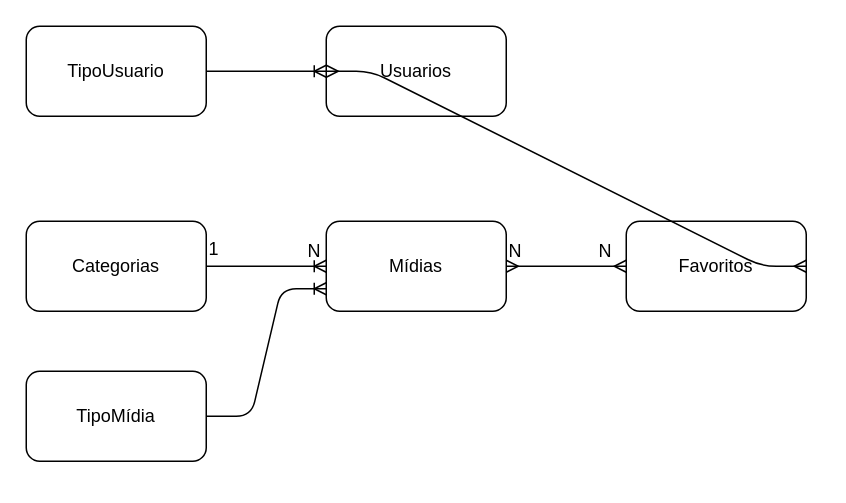
This is page "Conceitual" (2 of 2) of OpFlix/OpFlix.drawio from amrals/SQLServer, a draw.io file, before an edit. Source tidied: cells renumbered, new cells numbered last; positions are measured from the earlier drawing's top-left corner, leaving out a move shared by most shapes. Both pictures are drawn from the tidied source at 150%, with x=0, y=0 at pixel (26, 26).
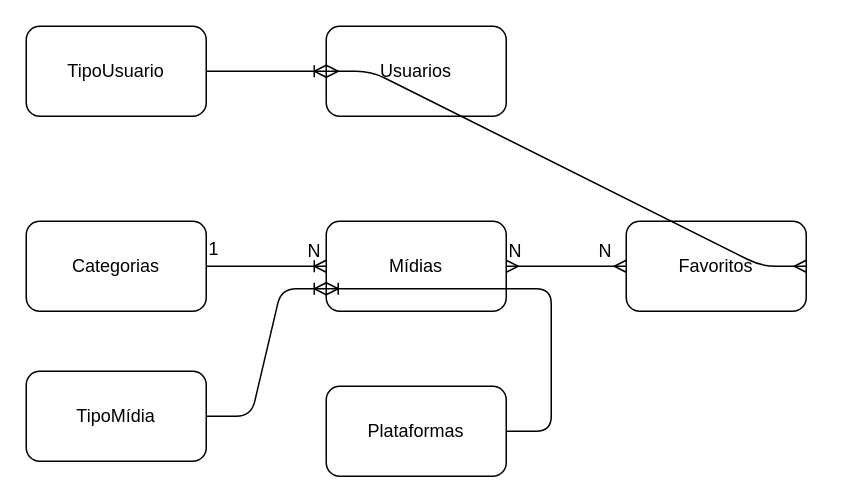
After the change.

Diff of the diagram source:
```diff
@@
 <mxGraphModel>
   <root>
     <mxCell id="0" />
     <mxCell id="1" parent="0" />
     <mxCell id="2" value="Usuarios" style="rounded=1;whiteSpace=wrap;html=1;" parent="1" vertex="1">
       <mxGeometry x="200" width="120" height="60" as="geometry" />
     </mxCell>
     <mxCell id="3" value="Mídias" style="rounded=1;whiteSpace=wrap;html=1;" parent="1" vertex="1">
       <mxGeometry x="200" y="130" width="120" height="60" as="geometry" />
     </mxCell>
     <mxCell id="4" value="Favoritos" style="rounded=1;whiteSpace=wrap;html=1;" parent="1" vertex="1">
       <mxGeometry x="400" y="130" width="120" height="60" as="geometry" />
     </mxCell>
     <mxCell id="5" value="Categorias" style="rounded=1;whiteSpace=wrap;html=1;" parent="1" vertex="1">
       <mxGeometry y="130" width="120" height="60" as="geometry" />
     </mxCell>
     <mxCell id="6" value="TipoUsuario" style="rounded=1;whiteSpace=wrap;html=1;" parent="1" vertex="1">
       <mxGeometry width="120" height="60" as="geometry" />
     </mxCell>
     <mxCell id="7" value="TipoMídia" style="rounded=1;whiteSpace=wrap;html=1;" parent="1" vertex="1">
       <mxGeometry y="230" width="120" height="60" as="geometry" />
     </mxCell>
     <mxCell id="8" style="edgeStyle=entityRelationEdgeStyle;fontSize=12;html=1;endArrow=ERoneToMany;entryX=0;entryY=0.5;entryDx=0;entryDy=0;exitX=1;exitY=0.5;exitDx=0;exitDy=0;" parent="1" edge="1" source="5" target="3">
       <mxGeometry relative="1" as="geometry" />
     </mxCell>
     <mxCell id="9" value="N" style="text;html=1;align=left;verticalAlign=top;spacingTop=-4;" parent="1" vertex="1">
       <mxGeometry x="186" y="140" width="20" height="20" as="geometry" />
     </mxCell>
     <mxCell id="10" value="1" style="text;html=1;align=left;verticalAlign=top;spacingTop=-4;" parent="1" vertex="1">
       <mxGeometry x="120" y="139" width="20" height="20" as="geometry" />
     </mxCell>
     <mxCell id="11" style="edgeStyle=entityRelationEdgeStyle;fontSize=12;html=1;endArrow=ERmany;startArrow=ERmany;entryX=0;entryY=0.5;entryDx=0;entryDy=0;exitX=1;exitY=0.5;exitDx=0;exitDy=0;" parent="1" edge="1" source="3" target="4">
       <mxGeometry relative="1" as="geometry" />
     </mxCell>
     <mxCell id="12" value="N" style="text;html=1;align=left;verticalAlign=top;spacingTop=-4;" parent="1" vertex="1">
       <mxGeometry x="380" y="140" width="20" height="20" as="geometry" />
     </mxCell>
     <mxCell id="13" value="N" style="text;html=1;align=left;verticalAlign=top;spacingTop=-4;" parent="1" vertex="1">
       <mxGeometry x="320" y="140" width="20" height="20" as="geometry" />
     </mxCell>
     <mxCell id="14" style="edgeStyle=entityRelationEdgeStyle;fontSize=12;html=1;endArrow=ERoneToMany;entryX=0;entryY=0.75;entryDx=0;entryDy=0;exitX=1;exitY=0.5;exitDx=0;exitDy=0;" parent="1" edge="1" source="7" target="3">
       <mxGeometry relative="1" as="geometry" />
     </mxCell>
     <mxCell id="15" style="edgeStyle=entityRelationEdgeStyle;fontSize=12;html=1;endArrow=ERoneToMany;entryX=0;entryY=0.5;entryDx=0;entryDy=0;exitX=1;exitY=0.5;exitDx=0;exitDy=0;" parent="1" edge="1" source="6" target="2">
       <mxGeometry relative="1" as="geometry" />
     </mxCell>
     <mxCell id="16" style="edgeStyle=entityRelationEdgeStyle;fontSize=12;html=1;endArrow=ERmany;startArrow=ERmany;entryX=0;entryY=0.5;entryDx=0;entryDy=0;exitX=1;exitY=0.5;exitDx=0;exitDy=0;" parent="1" edge="1" source="4" target="2">
       <mxGeometry relative="1" as="geometry" />
     </mxCell>
+    <mxCell id="17" value="Plataformas" style="rounded=1;whiteSpace=wrap;html=1;" parent="1" vertex="1">
+      <mxGeometry x="200" y="240" width="120" height="60" as="geometry" />
+    </mxCell>
+    <mxCell id="18" style="edgeStyle=entityRelationEdgeStyle;fontSize=12;html=1;endArrow=ERoneToMany;entryX=0;entryY=0.75;entryDx=0;entryDy=0;" parent="1" edge="1" source="17" target="3">
+      <mxGeometry relative="1" as="geometry" />
+    </mxCell>
   </root>
 </mxGraphModel>
```
